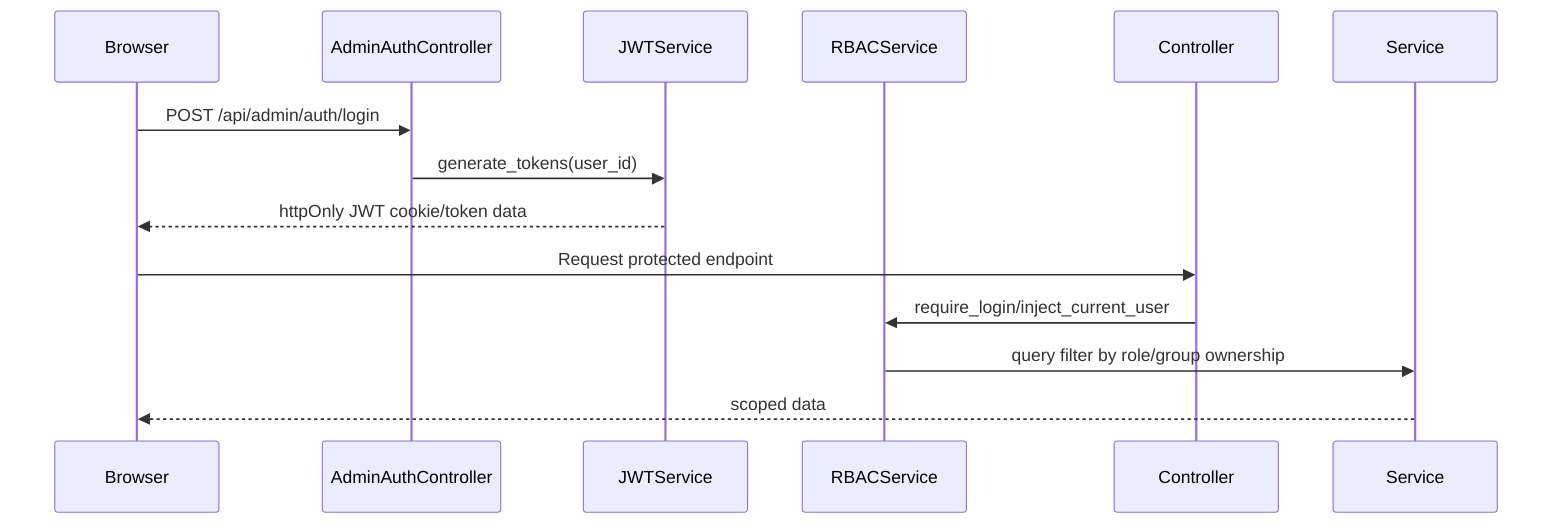
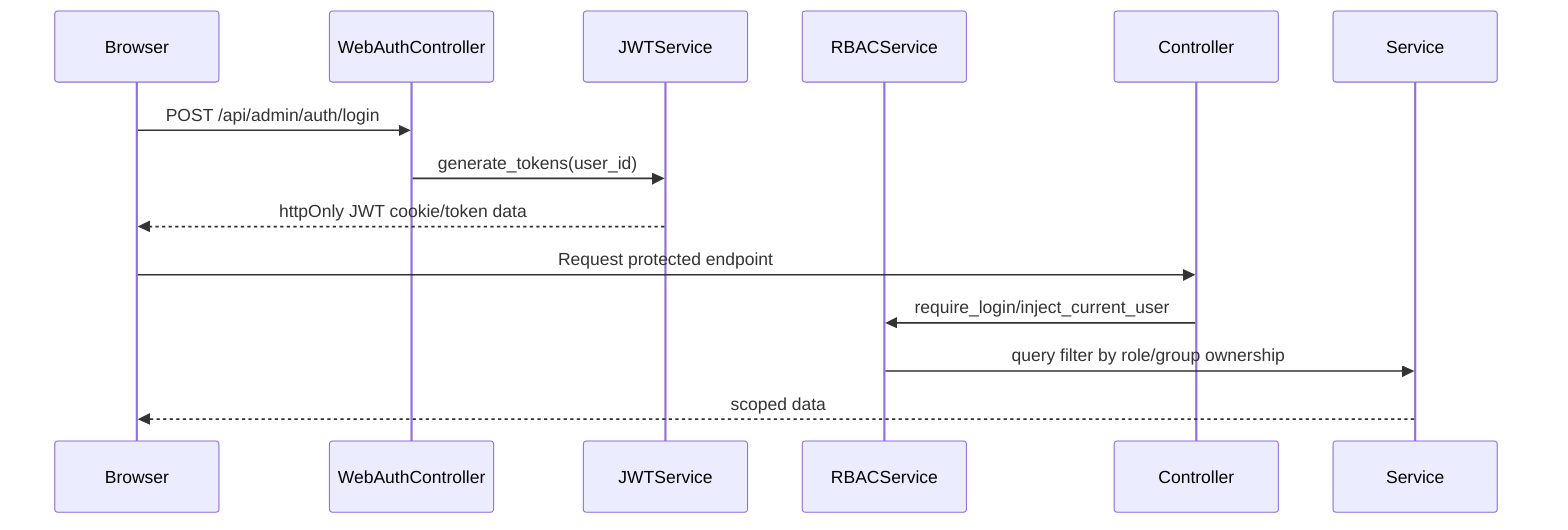
sequenceDiagram
  participant Browser
-   participant Auth as AdminAuthController
+   participant Auth as WebAuthController
  participant JWT as JWTService
  participant RBAC as RBACService
  participant Controller
  participant Service
  Browser->>Auth: POST /api/admin/auth/login
  Auth->>JWT: generate_tokens(user_id)
  JWT-->>Browser: httpOnly JWT cookie/token data
  Browser->>Controller: Request protected endpoint
  Controller->>RBAC: require_login/inject_current_user
  RBAC->>Service: query filter by role/group ownership
  Service-->>Browser: scoped data
